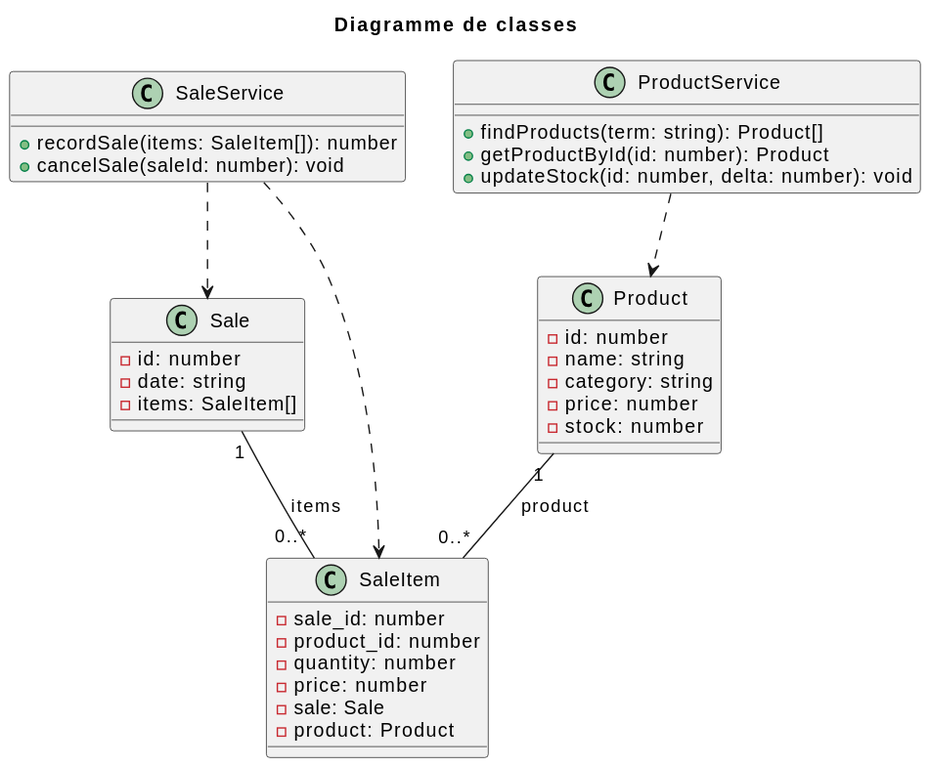
This is out/docs/logical/class-diagram/class-diagram.svg from RaphaelMailhiot/LOG430-labo, a PlantUML export, as it was before one commit. Source of this version:
```plantuml
@startuml
title Diagramme de classes

class Product {
  - id: number
  - name: string
  - category: string
  - price: number
  - stock: number
}

class Sale {
  - id: number
  - date: string
  - items: SaleItem[]
}

class SaleItem {
  - sale_id: number
  - product_id: number
  - quantity: number
  - price: number
  - sale: Sale
  - product: Product
}

class ProductService {
  + findProducts(term: string): Product[]
  + getProductById(id: number): Product
  + updateStock(id: number, delta: number): void
}

class SaleService {
  + recordSale(items: SaleItem[]): number
  + cancelSale(saleId: number): void
}

Product "1" -- "0..*" SaleItem : "product"
Sale "1" -- "0..*" SaleItem : "items"
ProductService ..> Product
SaleService ..> Sale
SaleService ..> SaleItem
@enduml
```
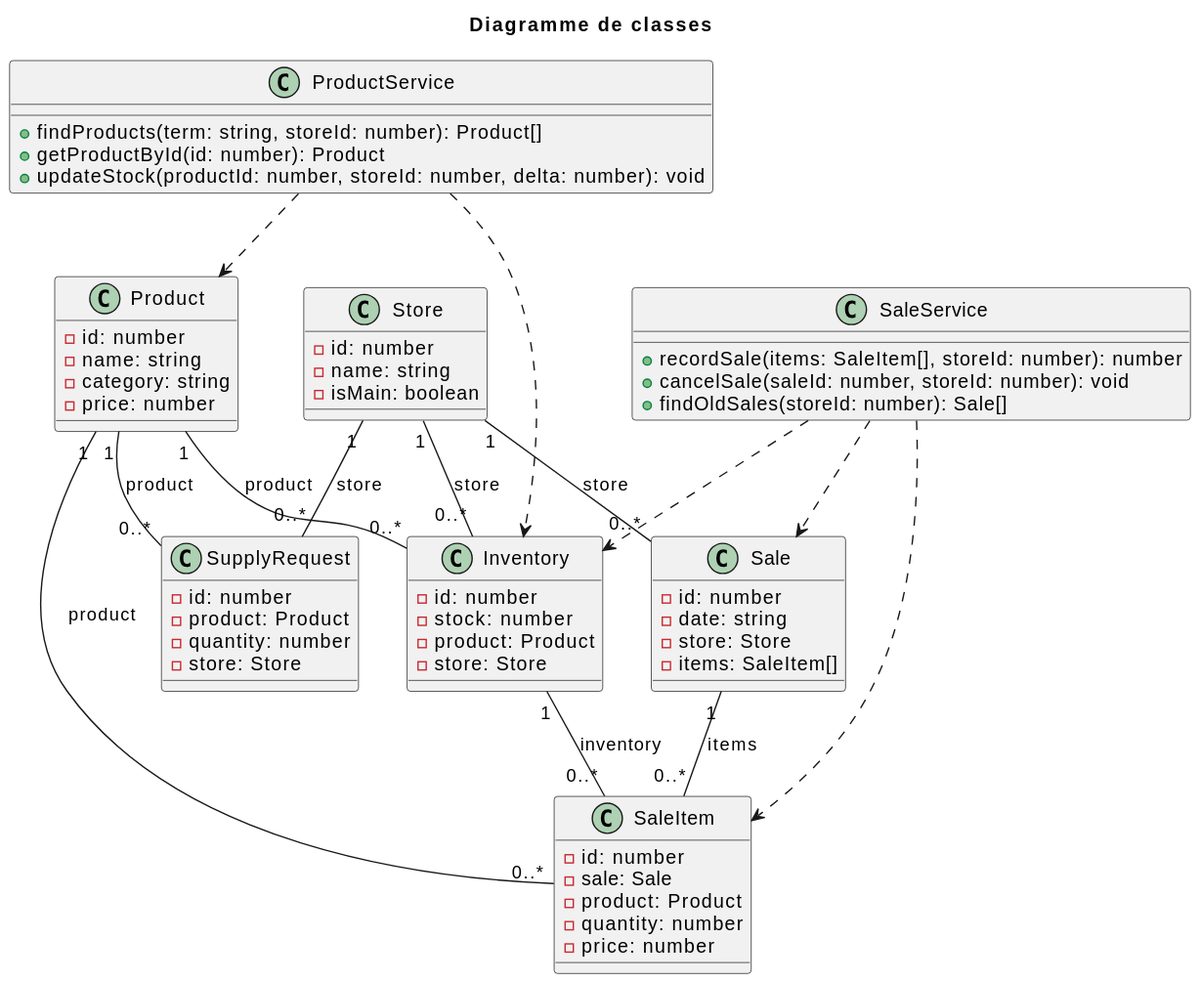
After the change.

Diff of the diagram source:
```diff
@@ -6,38 +6,67 @@
   - name: string
   - category: string
   - price: number
+}
+
+class Store {
+  - id: number
+  - name: string
+  - isMain: boolean
+}
+
+class Inventory {
+  - id: number
   - stock: number
+  - product: Product
+  - store: Store
 }
 
 class Sale {
   - id: number
   - date: string
+  - store: Store
   - items: SaleItem[]
 }
 
 class SaleItem {
-  - sale_id: number
-  - product_id: number
+  - id: number
+  - sale: Sale
+  - product: Product
   - quantity: number
   - price: number
-  - sale: Sale
+}
+
+class SupplyRequest {
+  - id: number
   - product: Product
+  - quantity: number
+  - store: Store
 }
 
 class ProductService {
-  + findProducts(term: string): Product[]
+  + findProducts(term: string, storeId: number): Product[]
   + getProductById(id: number): Product
-  + updateStock(id: number, delta: number): void
+  + updateStock(productId: number, storeId: number, delta: number): void
 }
 
 class SaleService {
-  + recordSale(items: SaleItem[]): number
-  + cancelSale(saleId: number): void
+  + recordSale(items: SaleItem[], storeId: number): number
+  + cancelSale(saleId: number, storeId: number): void
+  + findOldSales(storeId: number): Sale[]
 }
 
+Product "1" -- "0..*" Inventory : "product"
+Store "1" -- "0..*" Inventory : "store"
+Inventory "1" -- "0..*" SaleItem : "inventory"
 Product "1" -- "0..*" SaleItem : "product"
 Sale "1" -- "0..*" SaleItem : "items"
+Store "1" -- "0..*" Sale : "store"
+Product "1" -- "0..*" SupplyRequest : "product"
+Store "1" -- "0..*" SupplyRequest : "store"
+
 ProductService ..> Product
+ProductService ..> Inventory
 SaleService ..> Sale
 SaleService ..> SaleItem
+SaleService ..> Inventory
 @enduml
```
